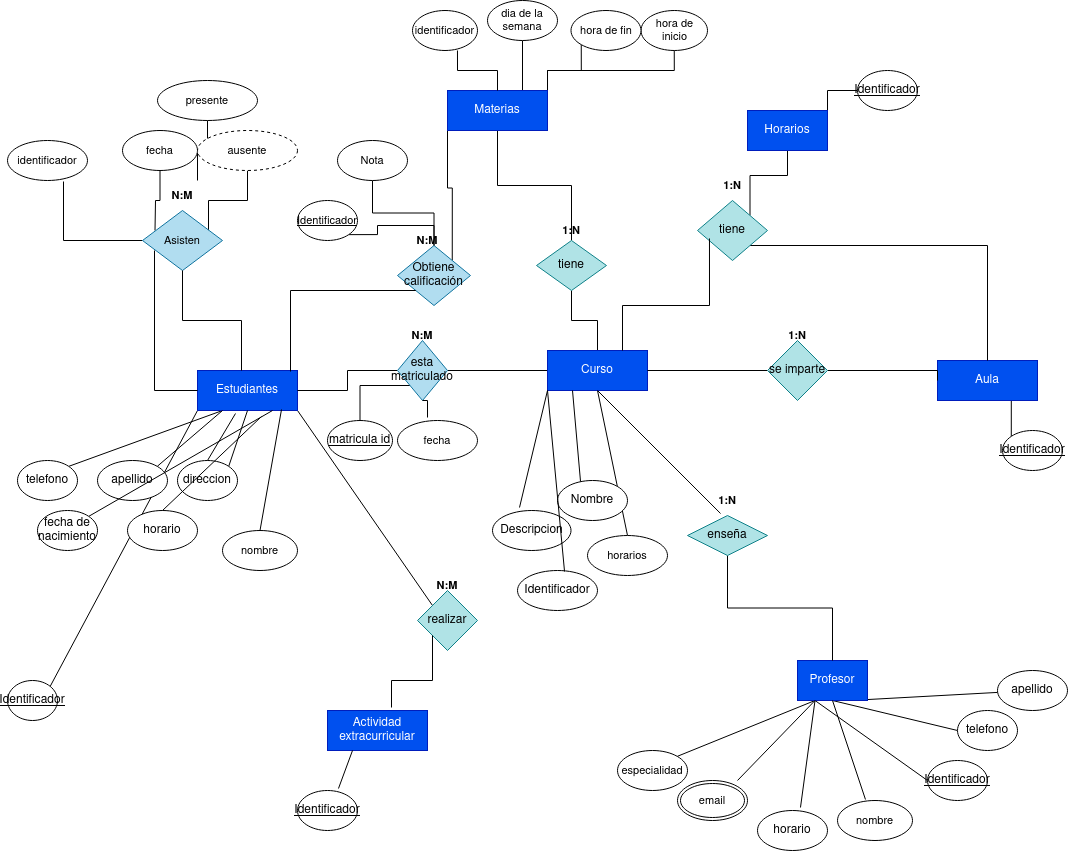
The draw.io diagram Unidad-1/Tareas/Tareas entregables - Tarea 1/Tarea entregable - 1.drawio.png in CRhernandez1/base-datos, before a commit. Source tidied: cells renumbered, new cells last; positions are measured from the earlier drawing's top-left corner, leaving out a move shared by most shapes.
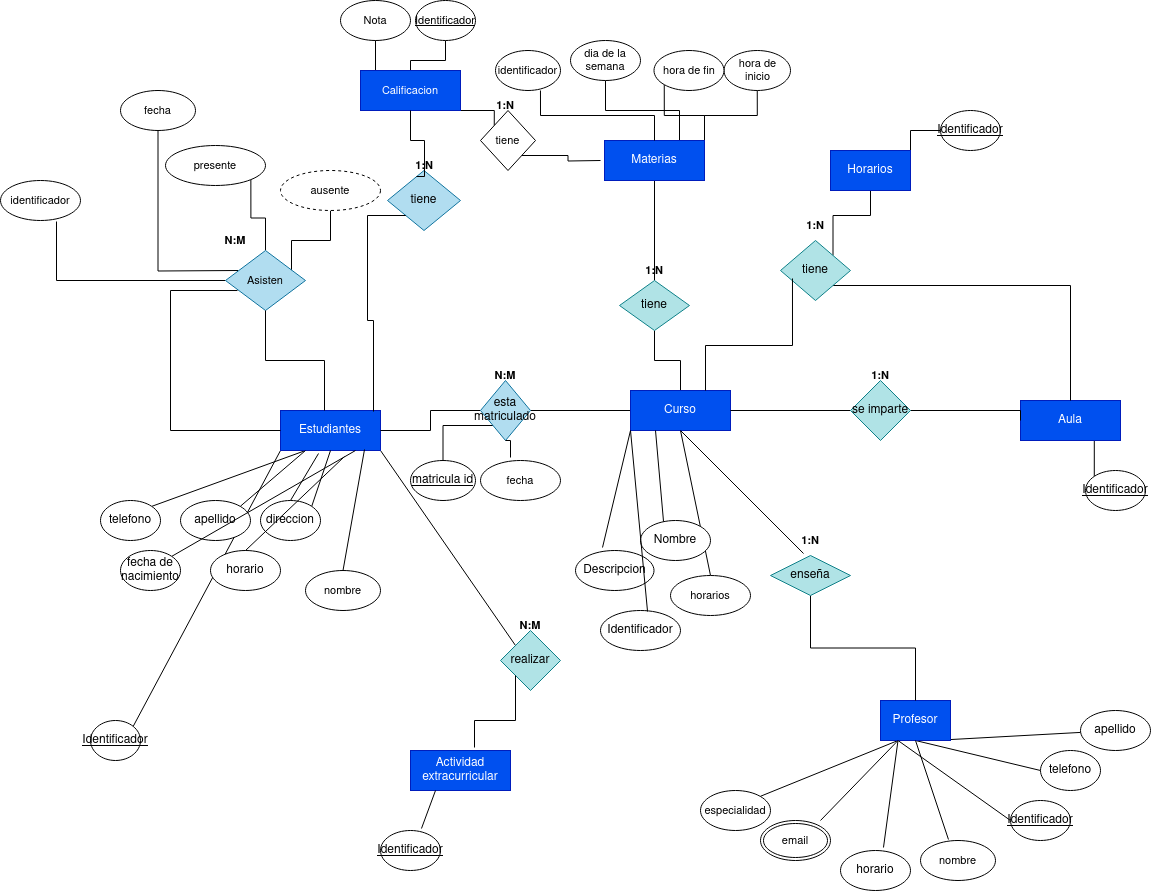
After the change.

Diff of the diagram source:
```diff
@@ -62,9 +62,6 @@
     <mxCell id="21" value="tiene" style="shape=rhombus;perimeter=rhombusPerimeter;whiteSpace=wrap;html=1;align=center;fillColor=#b0e3e6;strokeColor=#0e8088;" parent="1" vertex="1">
       <mxGeometry x="529" y="240" width="70" height="50" as="geometry" />
     </mxCell>
-    <mxCell id="22" style="edgeStyle=orthogonalEdgeStyle;rounded=0;jettySize=auto;html=1;exitX=0;exitY=1;exitDx=0;exitDy=0;entryX=1;entryY=0;entryDx=0;entryDy=0;endArrow=none;endFill=0;" parent="1" edge="1" source="26" target="45">
-      <mxGeometry relative="1" as="geometry" />
-    </mxCell>
     <mxCell id="23" style="edgeStyle=orthogonalEdgeStyle;shape=connector;rounded=0;jettySize=auto;html=1;exitX=0.75;exitY=0;exitDx=0;exitDy=0;entryX=0.5;entryY=1;entryDx=0;entryDy=0;labelBackgroundColor=default;strokeColor=default;align=center;verticalAlign=middle;fontFamily=Helvetica;fontSize=11;fontColor=default;endArrow=none;endFill=0;" parent="1" edge="1" source="26" target="88">
       <mxGeometry relative="1" as="geometry" />
     </mxCell>
@@ -75,7 +72,7 @@
       <mxGeometry relative="1" as="geometry" />
     </mxCell>
     <mxCell id="26" value="Materias" style="whiteSpace=wrap;html=1;align=center;fillColor=#0050ef;strokeColor=#001DBC;fontColor=#ffffff;" parent="1" vertex="1">
-      <mxGeometry x="440" y="90" width="100" height="40" as="geometry" />
+      <mxGeometry x="514" y="100" width="100" height="40" as="geometry" />
     </mxCell>
     <mxCell id="27" style="edgeStyle=orthogonalEdgeStyle;shape=connector;rounded=0;jettySize=auto;html=1;exitX=0.75;exitY=1;exitDx=0;exitDy=0;entryX=0;entryY=0;entryDx=0;entryDy=0;labelBackgroundColor=default;strokeColor=default;align=center;verticalAlign=middle;fontFamily=Helvetica;fontSize=11;fontColor=default;endArrow=none;endFill=0;" parent="1" edge="1" source="28" target="96">
       <mxGeometry relative="1" as="geometry" />
@@ -122,9 +119,6 @@
         <mxPoint x="147.5" y="230" as="sourcePoint" />
       </mxGeometry>
     </mxCell>
-    <mxCell id="40" style="edgeStyle=orthogonalEdgeStyle;shape=connector;rounded=0;jettySize=auto;html=1;exitX=0.75;exitY=0;exitDx=0;exitDy=0;labelBackgroundColor=default;strokeColor=default;align=center;verticalAlign=middle;fontFamily=Helvetica;fontSize=11;fontColor=default;endArrow=none;endFill=0;" parent="1" edge="1" source="108" target="83">
-      <mxGeometry relative="1" as="geometry" />
-    </mxCell>
     <mxCell id="41" style="edgeStyle=orthogonalEdgeStyle;shape=connector;rounded=0;jettySize=auto;html=1;exitX=1;exitY=0;exitDx=0;exitDy=0;labelBackgroundColor=default;strokeColor=default;align=center;verticalAlign=middle;fontFamily=Helvetica;fontSize=11;fontColor=default;endArrow=none;endFill=0;" parent="1" edge="1" target="84">
       <mxGeometry relative="1" as="geometry">
         <mxPoint x="200" y="230" as="sourcePoint" />
@@ -144,8 +138,8 @@
     <mxCell id="44" style="edgeStyle=orthogonalEdgeStyle;rounded=0;jettySize=auto;html=1;exitX=0;exitY=1;exitDx=0;exitDy=0;entryX=0.64;entryY=-0.075;entryDx=0;entryDy=0;entryPerimeter=0;endArrow=none;endFill=0;" parent="1" edge="1" source="43" target="42">
       <mxGeometry relative="1" as="geometry" />
     </mxCell>
-    <mxCell id="45" value="Obtiene calificación" style="shape=rhombus;perimeter=rhombusPerimeter;whiteSpace=wrap;html=1;align=center;fillColor=#b1ddf0;strokeColor=#10739e;" parent="1" vertex="1">
-      <mxGeometry x="390" y="245" width="73" height="60" as="geometry" />
+    <mxCell id="45" value="tiene" style="shape=rhombus;perimeter=rhombusPerimeter;whiteSpace=wrap;html=1;align=center;fillColor=#b1ddf0;strokeColor=#10739e;" parent="1" vertex="1">
+      <mxGeometry x="297" y="130" width="73" height="60" as="geometry" />
     </mxCell>
     <mxCell id="46" style="edgeStyle=orthogonalEdgeStyle;rounded=0;jettySize=auto;html=1;exitX=0;exitY=1;exitDx=0;exitDy=0;entryX=0.93;entryY=0.025;entryDx=0;entryDy=0;entryPerimeter=0;endArrow=none;endFill=0;" parent="1" edge="1" source="45" target="9">
       <mxGeometry relative="1" as="geometry" />
@@ -237,29 +231,29 @@
     <mxCell id="75" value="Descripcion" style="ellipse;whiteSpace=wrap;html=1;align=center;" parent="1" vertex="1">
       <mxGeometry x="485" y="510" width="78.5" height="40" as="geometry" />
     </mxCell>
-    <mxCell id="76" style="edgeStyle=orthogonalEdgeStyle;shape=connector;rounded=0;jettySize=auto;html=1;exitX=0.5;exitY=1;exitDx=0;exitDy=0;labelBackgroundColor=default;strokeColor=default;align=center;verticalAlign=middle;fontFamily=Helvetica;fontSize=11;fontColor=default;endArrow=none;endFill=0;" parent="1" edge="1" source="77" target="45">
-      <mxGeometry relative="1" as="geometry" />
-    </mxCell>
     <mxCell id="77" value="Nota" style="ellipse;whiteSpace=wrap;html=1;align=center;fontFamily=Helvetica;fontSize=11;fontColor=default;" parent="1" vertex="1">
-      <mxGeometry x="330" y="140" width="70" height="40" as="geometry" />
+      <mxGeometry x="250" y="-40" width="70" height="40" as="geometry" />
     </mxCell>
-    <mxCell id="78" style="edgeStyle=orthogonalEdgeStyle;shape=connector;rounded=0;jettySize=auto;html=1;exitX=1;exitY=1;exitDx=0;exitDy=0;labelBackgroundColor=default;strokeColor=default;align=center;verticalAlign=middle;fontFamily=Helvetica;fontSize=11;fontColor=default;endArrow=none;endFill=0;" parent="1" edge="1" source="79" target="45">
-      <mxGeometry relative="1" as="geometry" />
-    </mxCell>
+    <mxCell id="109" style="edgeStyle=orthogonalEdgeStyle;shape=connector;rounded=0;jettySize=auto;html=1;exitX=0.5;exitY=1;exitDx=0;exitDy=0;labelBackgroundColor=default;strokeColor=default;align=center;verticalAlign=middle;fontFamily=Helvetica;fontSize=11;fontColor=default;endArrow=none;endFill=0;" parent="1" edge="1" source="79" target="113">
+      <mxGeometry relative="1" as="geometry" />
+    </mxCell>
     <mxCell id="79" value="&lt;u&gt;Identificador&lt;/u&gt;" style="ellipse;whiteSpace=wrap;html=1;align=center;fontFamily=Helvetica;fontSize=11;fontColor=default;" parent="1" vertex="1">
-      <mxGeometry x="290" y="200" width="60" height="40" as="geometry" />
+      <mxGeometry x="325" y="-40" width="60" height="40" as="geometry" />
     </mxCell>
     <mxCell id="80" value="fecha" style="ellipse;whiteSpace=wrap;html=1;align=center;fontFamily=Helvetica;fontSize=11;fontColor=default;" parent="1" vertex="1">
-      <mxGeometry x="115" y="130" width="75" height="40" as="geometry" />
+      <mxGeometry x="30" y="50" width="75" height="40" as="geometry" />
     </mxCell>
     <mxCell id="81" value="identificador" style="ellipse;whiteSpace=wrap;html=1;align=center;fontFamily=Helvetica;fontSize=11;fontColor=default;" parent="1" vertex="1">
-      <mxGeometry y="140" width="80" height="40" as="geometry" />
+      <mxGeometry x="-90" y="140" width="80" height="40" as="geometry" />
     </mxCell>
     <mxCell id="82" style="edgeStyle=orthogonalEdgeStyle;shape=connector;rounded=0;jettySize=auto;html=1;exitX=0;exitY=0.5;exitDx=0;exitDy=0;entryX=0.7;entryY=1.025;entryDx=0;entryDy=0;entryPerimeter=0;labelBackgroundColor=default;strokeColor=default;align=center;verticalAlign=middle;fontFamily=Helvetica;fontSize=11;fontColor=default;endArrow=none;endFill=0;" parent="1" edge="1" source="98" target="81">
       <mxGeometry relative="1" as="geometry" />
     </mxCell>
+    <mxCell id="110" style="edgeStyle=orthogonalEdgeStyle;shape=connector;rounded=0;jettySize=auto;html=1;exitX=1;exitY=1;exitDx=0;exitDy=0;entryX=0.5;entryY=0;entryDx=0;entryDy=0;labelBackgroundColor=default;strokeColor=default;align=center;verticalAlign=middle;fontFamily=Helvetica;fontSize=11;fontColor=default;endArrow=none;endFill=0;" parent="1" edge="1" source="83" target="98">
+      <mxGeometry relative="1" as="geometry" />
+    </mxCell>
     <mxCell id="83" value="presente" style="ellipse;whiteSpace=wrap;html=1;align=center;fontFamily=Helvetica;fontSize=11;fontColor=default;" parent="1" vertex="1">
-      <mxGeometry x="150" y="80" width="100" height="40" as="geometry" />
+      <mxGeometry x="75" y="105" width="100" height="40" as="geometry" />
     </mxCell>
     <mxCell id="84" value="ausente" style="ellipse;whiteSpace=wrap;html=1;align=center;dashed=1;fontFamily=Helvetica;fontSize=11;fontColor=default;" parent="1" vertex="1">
       <mxGeometry x="190" y="130" width="100" height="40" as="geometry" />
@@ -307,7 +301,12 @@
       <mxGeometry x="135" y="210" width="80" height="60" as="geometry" />
     </mxCell>
     <mxCell id="99" style="edgeStyle=orthogonalEdgeStyle;shape=connector;rounded=0;jettySize=auto;html=1;exitX=0;exitY=0.5;exitDx=0;exitDy=0;entryX=0.15;entryY=0.667;entryDx=0;entryDy=0;entryPerimeter=0;labelBackgroundColor=default;strokeColor=default;align=center;verticalAlign=middle;fontFamily=Helvetica;fontSize=11;fontColor=default;endArrow=none;endFill=0;" parent="1" edge="1" source="9" target="98">
-      <mxGeometry relative="1" as="geometry" />
+      <mxGeometry relative="1" as="geometry">
+        <Array as="points">
+          <mxPoint x="80" y="390" />
+          <mxPoint x="80" y="250" />
+        </Array>
+      </mxGeometry>
     </mxCell>
     <mxCell id="100" style="edgeStyle=orthogonalEdgeStyle;shape=connector;rounded=0;jettySize=auto;html=1;exitX=0.5;exitY=1;exitDx=0;exitDy=0;entryX=0.44;entryY=0;entryDx=0;entryDy=0;entryPerimeter=0;labelBackgroundColor=default;strokeColor=default;align=center;verticalAlign=middle;fontFamily=Helvetica;fontSize=11;fontColor=default;endArrow=none;endFill=0;" parent="1" edge="1" source="98" target="9">
       <mxGeometry relative="1" as="geometry" />
@@ -324,9 +323,6 @@
     <mxCell id="104" value="N:M" style="text;strokeColor=none;align=center;fillColor=none;html=1;verticalAlign=middle;whiteSpace=wrap;rounded=0;fontSize=11;fontFamily=Helvetica;fontColor=default;fontStyle=1;" parent="1" vertex="1">
       <mxGeometry x="385" y="320" width="60" height="30" as="geometry" />
     </mxCell>
-    <mxCell id="105" value="N:M" style="text;strokeColor=none;align=center;fillColor=none;html=1;verticalAlign=middle;whiteSpace=wrap;rounded=0;fontSize=11;fontFamily=Helvetica;fontColor=default;fontStyle=1;" parent="1" vertex="1">
-      <mxGeometry x="390" y="225" width="60" height="30" as="geometry" />
-    </mxCell>
     <mxCell id="106" value="1:N" style="text;strokeColor=none;align=center;fillColor=none;html=1;verticalAlign=middle;whiteSpace=wrap;rounded=0;fontSize=11;fontFamily=Helvetica;fontColor=default;fontStyle=1;" parent="1" vertex="1">
       <mxGeometry x="534" y="215" width="60" height="30" as="geometry" />
     </mxCell>
@@ -334,7 +330,39 @@
       <mxGeometry x="695" y="170" width="60" height="30" as="geometry" />
     </mxCell>
     <mxCell id="108" value="N:M" style="text;strokeColor=none;align=center;fillColor=none;html=1;verticalAlign=middle;whiteSpace=wrap;rounded=0;fontSize=11;fontFamily=Helvetica;fontColor=default;fontStyle=1;" parent="1" vertex="1">
-      <mxGeometry x="145" y="180" width="60" height="30" as="geometry" />
+      <mxGeometry x="115" y="185" width="60" height="30" as="geometry" />
     </mxCell>
+    <mxCell id="111" style="edgeStyle=orthogonalEdgeStyle;shape=connector;rounded=0;jettySize=auto;html=1;exitX=0.25;exitY=0;exitDx=0;exitDy=0;entryX=0.5;entryY=1;entryDx=0;entryDy=0;labelBackgroundColor=default;strokeColor=default;align=center;verticalAlign=middle;fontFamily=Helvetica;fontSize=11;fontColor=default;endArrow=none;endFill=0;" parent="1" edge="1" source="113" target="77">
+      <mxGeometry relative="1" as="geometry" />
+    </mxCell>
+    <mxCell id="112" style="edgeStyle=orthogonalEdgeStyle;shape=connector;rounded=0;jettySize=auto;html=1;exitX=1;exitY=1;exitDx=0;exitDy=0;entryX=0;entryY=0;entryDx=0;entryDy=0;labelBackgroundColor=default;strokeColor=default;align=center;verticalAlign=middle;fontFamily=Helvetica;fontSize=11;fontColor=default;endArrow=none;endFill=0;" parent="1" edge="1" source="113" target="116">
+      <mxGeometry relative="1" as="geometry" />
+    </mxCell>
+    <mxCell id="113" value="Calificacion" style="whiteSpace=wrap;html=1;align=center;fontFamily=Helvetica;fontSize=11;fillColor=#0050ef;strokeColor=#001DBC;fontColor=#ffffff;" parent="1" vertex="1">
+      <mxGeometry x="270" y="30" width="100" height="40" as="geometry" />
+    </mxCell>
+    <mxCell id="114" style="edgeStyle=orthogonalEdgeStyle;shape=connector;rounded=0;jettySize=auto;html=1;exitX=0.5;exitY=1;exitDx=0;exitDy=0;entryX=0.397;entryY=0.1;entryDx=0;entryDy=0;entryPerimeter=0;labelBackgroundColor=default;strokeColor=default;align=center;verticalAlign=middle;fontFamily=Helvetica;fontSize=11;fontColor=default;endArrow=none;endFill=0;" parent="1" edge="1" source="113" target="45">
+      <mxGeometry relative="1" as="geometry">
+        <Array as="points">
+          <mxPoint x="320" y="100" />
+          <mxPoint x="334" y="100" />
+          <mxPoint x="334" y="136" />
+        </Array>
+      </mxGeometry>
+    </mxCell>
+    <mxCell id="115" style="edgeStyle=orthogonalEdgeStyle;shape=connector;rounded=0;jettySize=auto;html=1;exitX=1;exitY=1;exitDx=0;exitDy=0;labelBackgroundColor=default;strokeColor=default;align=center;verticalAlign=middle;fontFamily=Helvetica;fontSize=11;fontColor=default;endArrow=none;endFill=0;" parent="1" edge="1" source="116">
+      <mxGeometry relative="1" as="geometry">
+        <mxPoint x="510" y="120" as="targetPoint" />
+      </mxGeometry>
+    </mxCell>
+    <mxCell id="116" value="tiene" style="shape=rhombus;perimeter=rhombusPerimeter;whiteSpace=wrap;html=1;align=center;fontFamily=Helvetica;fontSize=11;fontColor=default;" parent="1" vertex="1">
+      <mxGeometry x="390" y="70" width="55" height="60" as="geometry" />
+    </mxCell>
+    <mxCell id="117" value="1:N" style="text;strokeColor=none;align=center;fillColor=none;html=1;verticalAlign=middle;whiteSpace=wrap;rounded=0;fontSize=11;fontFamily=Helvetica;fontColor=default;fontStyle=1;" parent="1" vertex="1">
+      <mxGeometry x="385" y="50" width="60" height="30" as="geometry" />
+    </mxCell>
+    <mxCell id="118" value="1:N" style="text;strokeColor=none;align=center;fillColor=none;html=1;verticalAlign=middle;whiteSpace=wrap;rounded=0;fontSize=11;fontFamily=Helvetica;fontColor=default;fontStyle=1;" parent="1" vertex="1">
+      <mxGeometry x="303.5" y="110" width="60" height="30" as="geometry" />
+    </mxCell>
   </root>
 </mxGraphModel>
```
